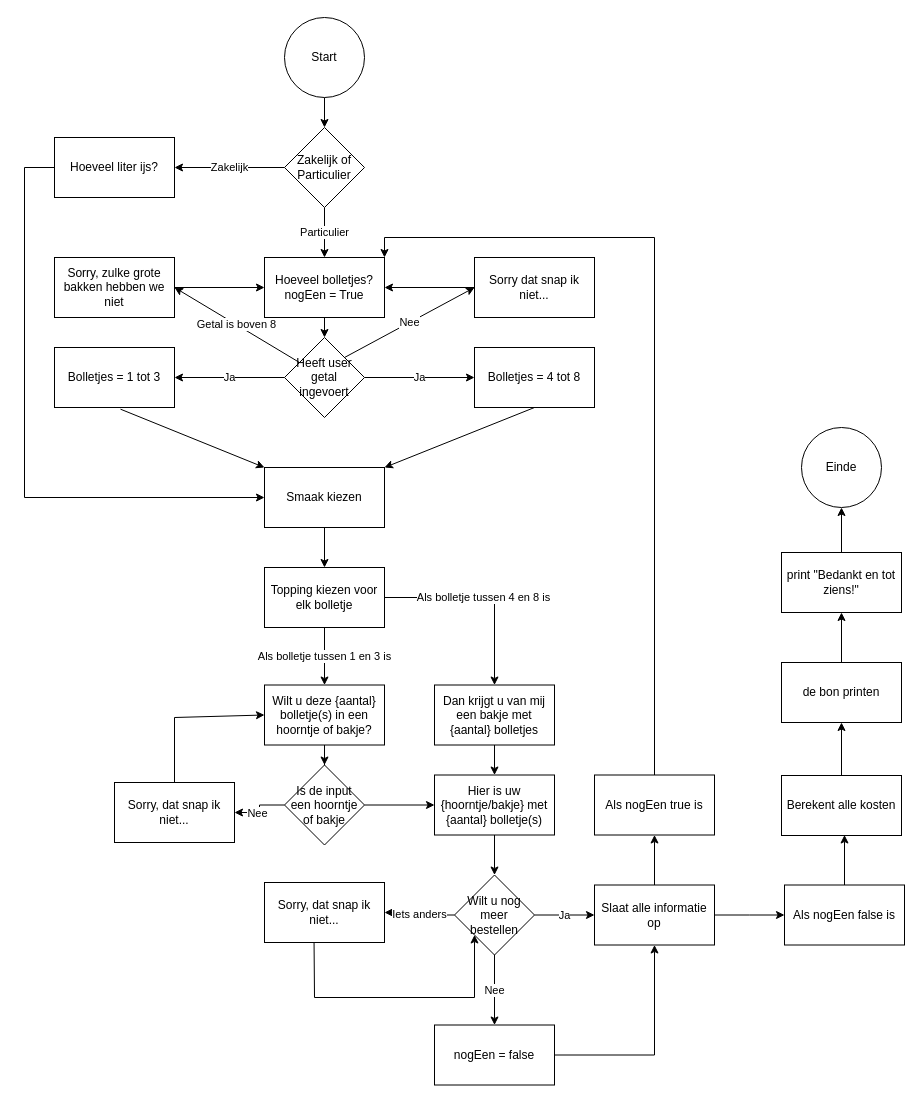
The draw.io diagram module_05-meer_fun(ctions)/proef_a-een_dry_ijssalon/ijssalon.drawio in KevinXu04/leren-programmeren, before the edit. Source tidied: cells renumbered, new cells numbered last; positions are measured from the earlier drawing's top-left corner, leaving out a move shared by most shapes. Both pictures are drawn from the tidied source at 100%, with x=0, y=0 at pixel (24, 17).
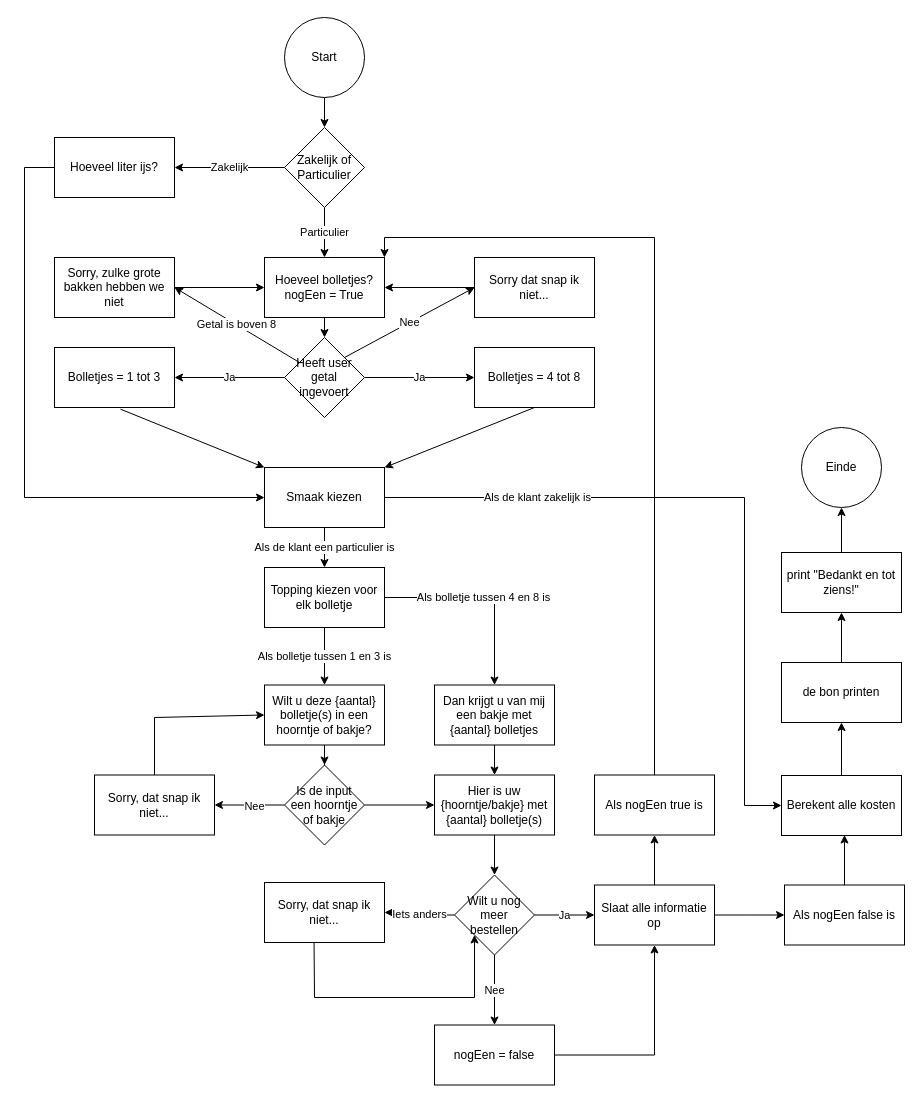
The same page after the edit.

Commit message (it also covers changes not shown here):
M5ProefA | Een DRY ijssalon | Update

Unchanged cells that the change refers to:
```xml
<mxCell id="17" value="Wilt u deze {aantal} bolletje(s) in een hoorntje of bakje?" style="whiteSpace=wrap;html=1;" parent="1" vertex="1">
  <mxGeometry x="240" y="667.5" width="120" height="60" as="geometry" />
</mxCell>
<mxCell id="20" style="edgeStyle=orthogonalEdgeStyle;rounded=0;jettySize=auto;html=1;" parent="1" edge="1" source="23" target="24">
  <mxGeometry relative="1" as="geometry" />
</mxCell>
<mxCell id="48" value="Smaak kiezen" style="whiteSpace=wrap;html=1;" parent="1" vertex="1">
  <mxGeometry x="240" y="450" width="120" height="60" as="geometry" />
</mxCell>
<mxCell id="51" value="Topping kiezen voor elk bolletje" style="whiteSpace=wrap;html=1;" parent="1" vertex="1">
  <mxGeometry x="240" y="550" width="120" height="60" as="geometry" />
</mxCell>
<mxCell id="57" value="Berekent alle kosten" style="rounded=0;whiteSpace=wrap;html=1;" parent="1" vertex="1">
  <mxGeometry x="757" y="758" width="120" height="60" as="geometry" />
</mxCell>
```

Diff of the diagram source:
```diff
@@
     <mxCell id="21" value="Nee" style="edgeLabel;html=1;align=center;verticalAlign=middle;" parent="20" vertex="1">
-      <mxGeometry x="0.22" relative="1" as="geometry" />
+      <mxGeometry x="0.22" relative="1" as="geometry">
+        <mxPoint x="12" y="1" as="offset" />
+      </mxGeometry>
     </mxCell>
@@
     <mxCell id="24" value="Sorry, dat snap ik niet..." style="whiteSpace=wrap;html=1;" parent="1" vertex="1">
-      <mxGeometry x="90" y="765" width="120" height="60" as="geometry" />
+      <mxGeometry x="70" y="757.5" width="120" height="60" as="geometry" />
     </mxCell>
@@
-    <mxCell id="47" style="edgeStyle=orthogonalEdgeStyle;rounded=0;jettySize=auto;html=1;" parent="1" edge="1" source="48" target="51">
+    <mxCell id="47" value="Als de klant een particulier is" style="edgeStyle=orthogonalEdgeStyle;rounded=0;jettySize=auto;html=1;" parent="1" edge="1" source="48" target="51">
       <mxGeometry relative="1" as="geometry" />
     </mxCell>
+    <mxCell id="63" value="Als de klant zakelijk is" style="edgeStyle=orthogonalEdgeStyle;rounded=0;jettySize=auto;html=1;entryX=0;entryY=0.5;entryDx=0;entryDy=0;" parent="1" edge="1" source="48" target="57">
+      <mxGeometry x="-0.57" relative="1" as="geometry">
+        <Array as="points">
+          <mxPoint x="720" y="480" />
+          <mxPoint x="720" y="788" />
+        </Array>
+        <mxPoint x="1" as="offset" />
+      </mxGeometry>
+    </mxCell>
@@
     <mxCell id="54" style="endArrow=classic;html=1;rounded=0;exitX=0.5;exitY=0;exitDx=0;exitDy=0;entryX=0;entryY=0.5;entryDx=0;entryDy=0;" parent="1" edge="1" source="24" target="17">
       <mxGeometry relative="1" as="geometry">
         <Array as="points">
-          <mxPoint x="150" y="700" />
+          <mxPoint x="130" y="700" />
         </Array>
       </mxGeometry>
     </mxCell>
```
